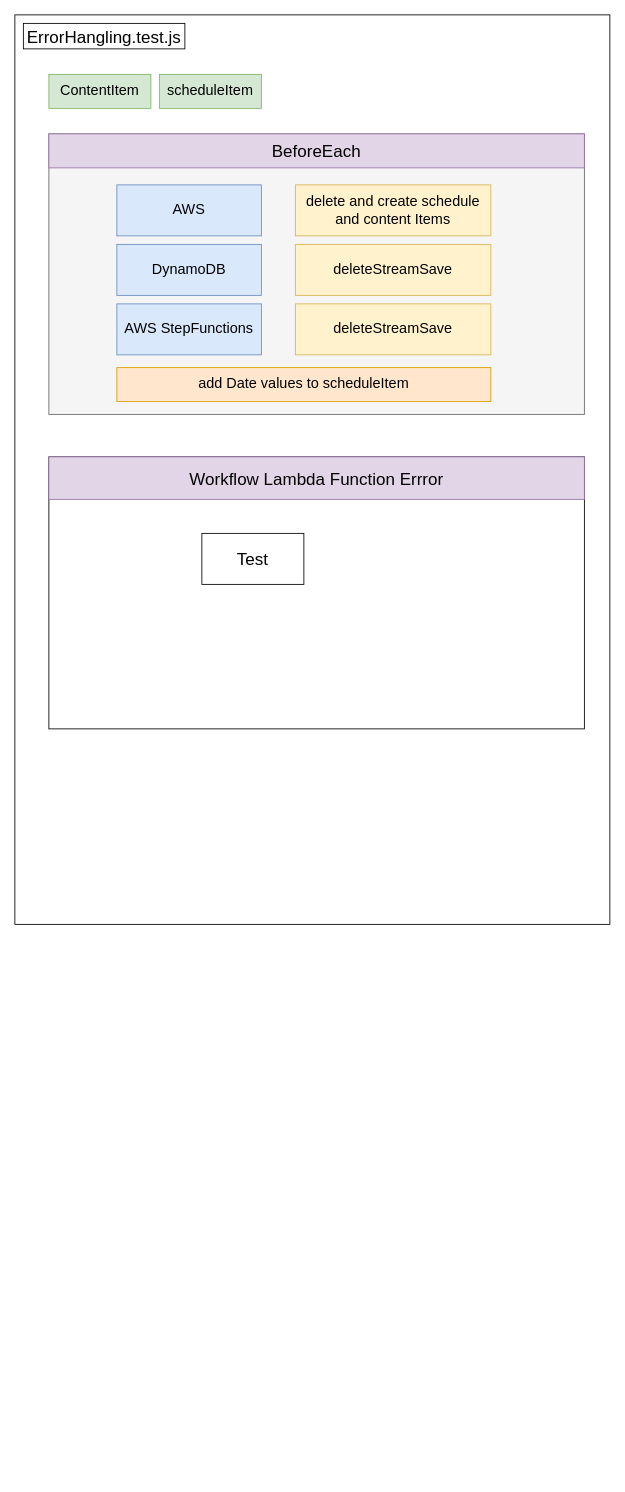
Above: test_design/AWS_test.drawio in brightlightkim/Coding_Design (draw.io), before the change. Source tidied: cells renumbered, new cells numbered last; positions are measured from the earlier drawing's top-left corner, leaving out a move shared by most shapes. Both pictures are drawn from the tidied source at 85%, with x=0, y=0 at pixel (14, 14).
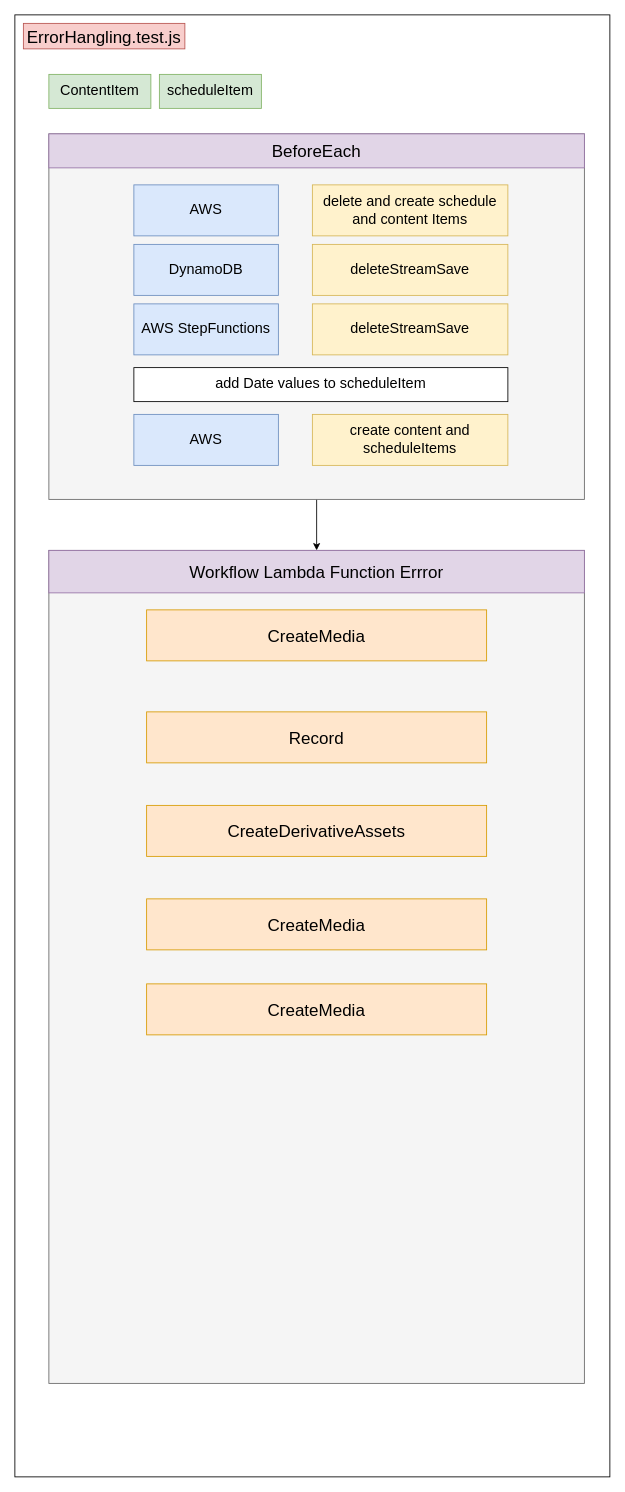
After the change.

Change to the diagram source:
```diff
@@
     <mxCell id="2" style="rounded=0;whiteSpace=wrap;html=1;" parent="1" vertex="1">
-      <mxGeometry width="700" height="1070" as="geometry" />
+      <mxGeometry width="700" height="1720" as="geometry" />
     </mxCell>
-    <mxCell id="3" style="rounded=0;whiteSpace=wrap;html=1;" parent="1" vertex="1">
-      <mxGeometry x="40" y="520" width="630" height="320" as="geometry" />
+    <mxCell id="3" style="rounded=0;whiteSpace=wrap;html=1;fillColor=#f5f5f5;fontColor=#333333;strokeColor=#666666;" parent="1" vertex="1">
+      <mxGeometry x="40" y="630" width="630" height="980" as="geometry" />
     </mxCell>
+    <mxCell id="18" style="edgeStyle=orthogonalEdgeStyle;rounded=0;jettySize=auto;html=1;fontSize=17;" parent="1" edge="1" source="4" target="17">
+      <mxGeometry relative="1" as="geometry" />
+    </mxCell>
     <mxCell id="4" style="rounded=0;whiteSpace=wrap;html=1;fillColor=#f5f5f5;fontColor=#333333;strokeColor=#666666;" parent="1" vertex="1">
-      <mxGeometry x="40" y="140" width="630" height="330" as="geometry" />
+      <mxGeometry x="40" y="140" width="630" height="430" as="geometry" />
     </mxCell>
-    <mxCell id="5" value="&lt;font style=&quot;font-size: 20px&quot;&gt;Test&lt;/font&gt;" style="rounded=0;whiteSpace=wrap;html=1;" parent="1" vertex="1">
-      <mxGeometry x="220" y="610" width="120" height="60" as="geometry" />
+    <mxCell id="5" value="&lt;font style=&quot;font-size: 20px&quot;&gt;CreateMedia&lt;/font&gt;" style="rounded=0;whiteSpace=wrap;html=1;fillColor=#ffe6cc;strokeColor=#d79b00;" parent="1" vertex="1">
+      <mxGeometry x="155" y="700" width="400" height="60" as="geometry" />
     </mxCell>
@@
-    <mxCell id="8" value="ErrorHangling.test.js" style="rounded=0;whiteSpace=wrap;html=1;fontSize=20;" parent="1" vertex="1">
+    <mxCell id="8" value="ErrorHangling.test.js" style="rounded=0;whiteSpace=wrap;html=1;fontSize=20;fillColor=#f8cecc;strokeColor=#b85450;" parent="1" vertex="1">
       <mxGeometry x="10" y="10" width="190" height="30" as="geometry" />
     </mxCell>
@@
     <mxCell id="10" value="AWS" style="rounded=0;whiteSpace=wrap;html=1;fontSize=17;fillColor=#dae8fc;strokeColor=#6c8ebf;" parent="1" vertex="1">
-      <mxGeometry x="120" y="200" width="170" height="60" as="geometry" />
+      <mxGeometry x="140" y="200" width="170" height="60" as="geometry" />
     </mxCell>
     <mxCell id="11" value="delete and create schedule and content Items" style="rounded=0;whiteSpace=wrap;html=1;fontSize=17;fillColor=#fff2cc;strokeColor=#d6b656;" parent="1" vertex="1">
-      <mxGeometry x="330" y="200" width="230" height="60" as="geometry" />
+      <mxGeometry x="350" y="200" width="230" height="60" as="geometry" />
     </mxCell>
     <mxCell id="12" value="deleteStreamSave" style="rounded=0;whiteSpace=wrap;html=1;fontSize=17;fillColor=#fff2cc;strokeColor=#d6b656;" parent="1" vertex="1">
-      <mxGeometry x="330" y="270" width="230" height="60" as="geometry" />
+      <mxGeometry x="350" y="270" width="230" height="60" as="geometry" />
     </mxCell>
     <mxCell id="13" value="DynamoDB" style="rounded=0;whiteSpace=wrap;html=1;fontSize=17;fillColor=#dae8fc;strokeColor=#6c8ebf;" parent="1" vertex="1">
-      <mxGeometry x="120" y="270" width="170" height="60" as="geometry" />
+      <mxGeometry x="140" y="270" width="170" height="60" as="geometry" />
     </mxCell>
     <mxCell id="14" value="deleteStreamSave" style="rounded=0;whiteSpace=wrap;html=1;fontSize=17;fillColor=#fff2cc;strokeColor=#d6b656;" parent="1" vertex="1">
-      <mxGeometry x="330" y="340" width="230" height="60" as="geometry" />
+      <mxGeometry x="350" y="340" width="230" height="60" as="geometry" />
     </mxCell>
     <mxCell id="15" value="AWS StepFunctions" style="rounded=0;whiteSpace=wrap;html=1;fontSize=17;fillColor=#dae8fc;strokeColor=#6c8ebf;" parent="1" vertex="1">
-      <mxGeometry x="120" y="340" width="170" height="60" as="geometry" />
+      <mxGeometry x="140" y="340" width="170" height="60" as="geometry" />
     </mxCell>
-    <mxCell id="16" value="add Date values to scheduleItem" style="rounded=0;whiteSpace=wrap;html=1;fontSize=17;fillColor=#ffe6cc;strokeColor=#d79b00;" parent="1" vertex="1">
-      <mxGeometry x="120" y="415" width="440" height="40" as="geometry" />
+    <mxCell id="16" value="add Date values to scheduleItem" style="rounded=0;whiteSpace=wrap;html=1;fontSize=17;" parent="1" vertex="1">
+      <mxGeometry x="140" y="415" width="440" height="40" as="geometry" />
     </mxCell>
     <mxCell id="17" value="Workflow Lambda Function Errror" style="rounded=0;whiteSpace=wrap;html=1;fontSize=20;fillColor=#e1d5e7;strokeColor=#9673a6;" parent="1" vertex="1">
-      <mxGeometry x="40" y="520" width="630" height="50" as="geometry" />
+      <mxGeometry x="40" y="630" width="630" height="50" as="geometry" />
     </mxCell>
+    <mxCell id="19" value="AWS" style="rounded=0;whiteSpace=wrap;html=1;fontSize=17;fillColor=#dae8fc;strokeColor=#6c8ebf;" parent="1" vertex="1">
+      <mxGeometry x="140" y="470" width="170" height="60" as="geometry" />
+    </mxCell>
+    <mxCell id="20" value="create content and scheduleItems" style="rounded=0;whiteSpace=wrap;html=1;fontSize=17;fillColor=#fff2cc;strokeColor=#d6b656;" parent="1" vertex="1">
+      <mxGeometry x="350" y="470" width="230" height="60" as="geometry" />
+    </mxCell>
+    <mxCell id="21" value="&lt;font style=&quot;font-size: 20px&quot;&gt;CreateMedia&lt;/font&gt;" style="rounded=0;whiteSpace=wrap;html=1;fillColor=#ffe6cc;strokeColor=#d79b00;" parent="1" vertex="1">
+      <mxGeometry x="155" y="1140" width="400" height="60" as="geometry" />
+    </mxCell>
+    <mxCell id="22" value="&lt;font style=&quot;font-size: 20px&quot;&gt;CreateDerivativeAssets&lt;/font&gt;" style="rounded=0;whiteSpace=wrap;html=1;fillColor=#ffe6cc;strokeColor=#d79b00;" parent="1" vertex="1">
+      <mxGeometry x="155" y="930" width="400" height="60" as="geometry" />
+    </mxCell>
+    <mxCell id="23" value="&lt;font style=&quot;font-size: 20px&quot;&gt;CreateMedia&lt;/font&gt;" style="rounded=0;whiteSpace=wrap;html=1;fillColor=#ffe6cc;strokeColor=#d79b00;" parent="1" vertex="1">
+      <mxGeometry x="155" y="1040" width="400" height="60" as="geometry" />
+    </mxCell>
+    <mxCell id="24" value="&lt;font style=&quot;font-size: 20px&quot;&gt;Record&lt;/font&gt;" style="rounded=0;whiteSpace=wrap;html=1;fillColor=#ffe6cc;strokeColor=#d79b00;" parent="1" vertex="1">
+      <mxGeometry x="155" y="820" width="400" height="60" as="geometry" />
+    </mxCell>
```
